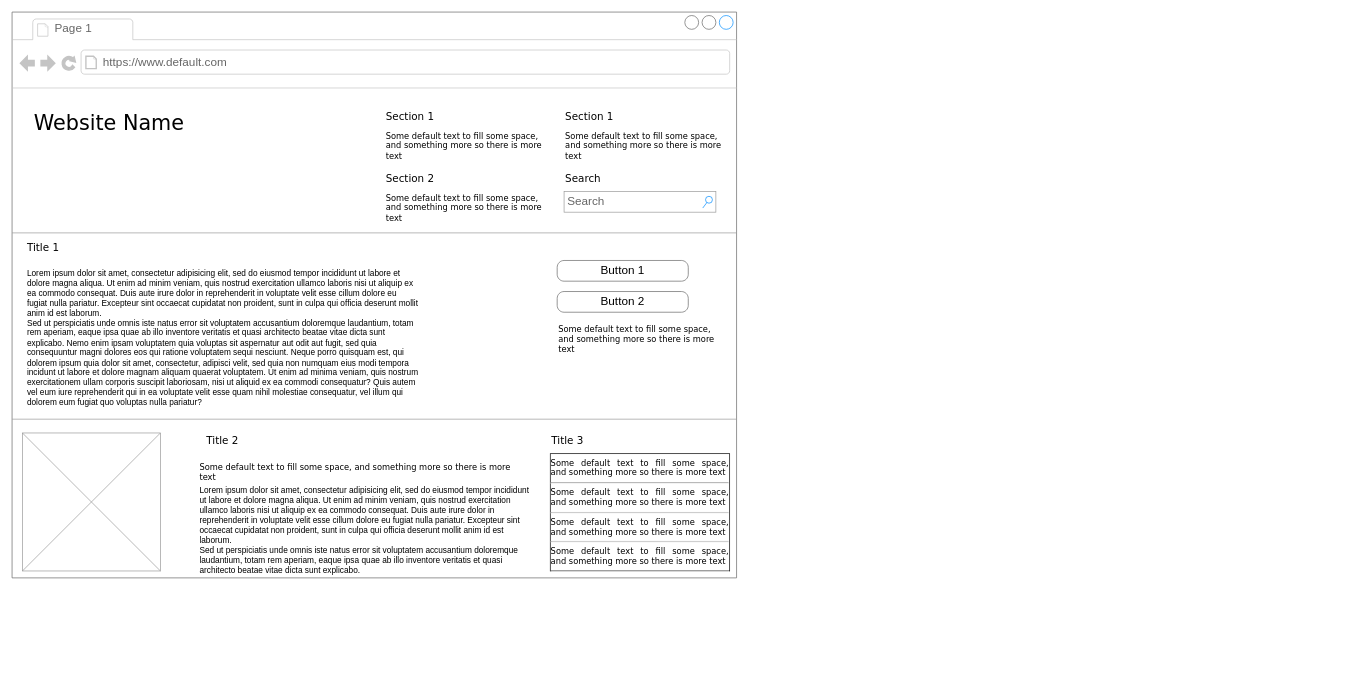
Earlier version of the draw.io diagram WireFrames.drawio (mcrcodes-daytimemonks/quiz-app). Source tidied: cells renumbered, new cells numbered last; positions are measured from the earlier drawing's top-left corner, leaving out a move shared by most shapes. Both pictures are drawn from the tidied source at 69%, with x=0, y=0 at pixel (12, 12).
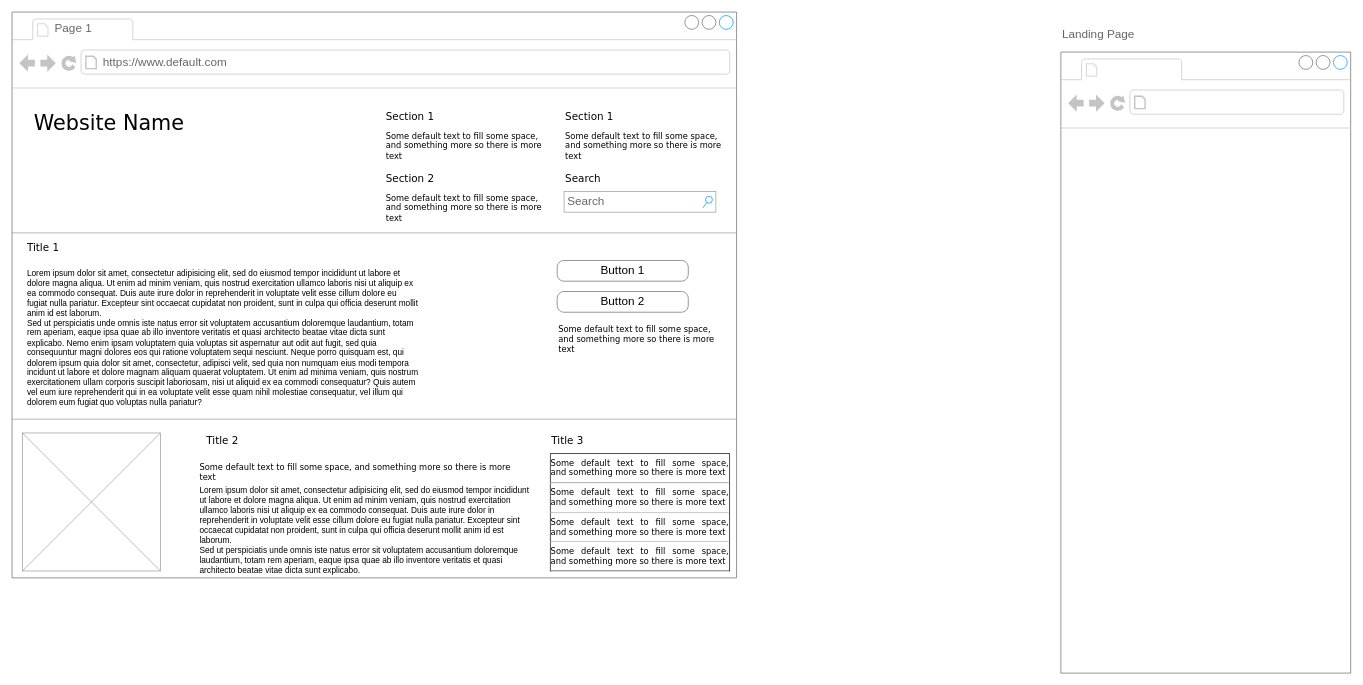
The same diagram, later.

What changed in the source:
```diff
@@
+    <mxCell id="27" style="group;" parent="1" vertex="1">
+      <mxGeometry x="1520" y="20" width="420" height="938" as="geometry" />
+    </mxCell>
+    <mxCell id="28" style="strokeWidth=1;shadow=0;dashed=0;align=center;html=1;shape=mxgraph.mockup.containers.browserWindow;rSize=0;strokeColor=#666666;mainText=,;rounded=0;labelBackgroundColor=none;fontFamily=Verdana;fontSize=12;" parent="27" vertex="1">
+      <mxGeometry y="38" width="420" height="900" as="geometry" />
+    </mxCell>
+    <mxCell id="29" value="Landing Page" style="strokeWidth=1;shadow=0;dashed=0;align=center;html=1;shape=mxgraph.mockup.containers.anchor;fontSize=17;fontColor=#666666;align=left;" parent="27" vertex="1">
+      <mxGeometry width="110" height="26" as="geometry" />
+    </mxCell>
```
